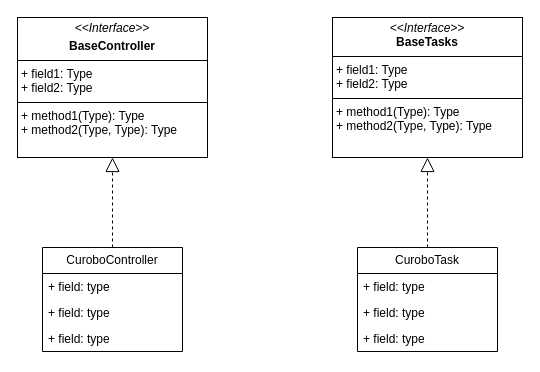
The draw.io diagram IsaacSimCurobo.drawio in theo-bloesch/xArm6_Pick_Place, before the edit. Source tidied: cells renumbered, new cells numbered last; positions are measured from the earlier drawing's top-left corner, leaving out a move shared by most shapes. Both pictures are drawn from the tidied source at 100%, with x=0, y=0 at pixel (17, 17).
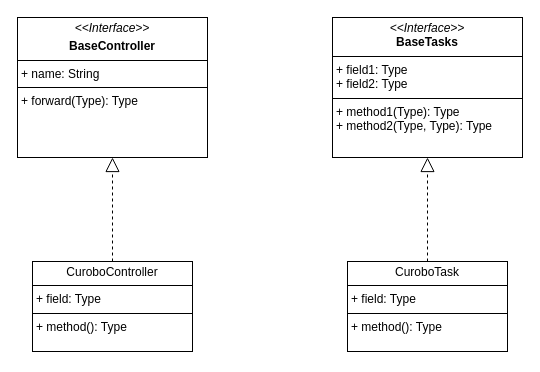
After the change.

Commit message (it also covers changes not shown here):
ajout example curobo

Diff of the diagram source:
```diff
@@
 <mxGraphModel>
   <root>
     <mxCell id="0" />
     <mxCell id="1" parent="0" />
-    <mxCell id="2" value="CuroboController" style="swimlane;fontStyle=0;horizontal=1;startSize=26;fillColor=none;whiteSpace=wrap;html=1;" parent="1" vertex="1">
-      <mxGeometry x="25" y="230" width="140" height="104" as="geometry" />
-    </mxCell>
-    <mxCell id="3" value="+ field: type" style="text;strokeColor=none;fillColor=none;align=left;verticalAlign=top;spacingLeft=4;spacingRight=4;overflow=hidden;whiteSpace=wrap;html=1;" parent="2" vertex="1">
-      <mxGeometry y="26" width="140" height="26" as="geometry" />
-    </mxCell>
-    <mxCell id="4" value="+ field: type" style="text;strokeColor=none;fillColor=none;align=left;verticalAlign=top;spacingLeft=4;spacingRight=4;overflow=hidden;whiteSpace=wrap;html=1;" parent="2" vertex="1">
-      <mxGeometry y="52" width="140" height="26" as="geometry" />
-    </mxCell>
-    <mxCell id="5" value="+ field: type" style="text;strokeColor=none;fillColor=none;align=left;verticalAlign=top;spacingLeft=4;spacingRight=4;overflow=hidden;whiteSpace=wrap;html=1;" parent="2" vertex="1">
-      <mxGeometry y="78" width="140" height="26" as="geometry" />
-    </mxCell>
-    <mxCell id="6" value="CuroboTask" style="swimlane;fontStyle=0;horizontal=1;startSize=26;fillColor=none;whiteSpace=wrap;html=1;" parent="1" vertex="1">
-      <mxGeometry x="340" y="230" width="140" height="104" as="geometry" />
-    </mxCell>
-    <mxCell id="7" value="+ field: type" style="text;strokeColor=none;fillColor=none;align=left;verticalAlign=top;spacingLeft=4;spacingRight=4;overflow=hidden;whiteSpace=wrap;html=1;" parent="6" vertex="1">
-      <mxGeometry y="26" width="140" height="26" as="geometry" />
-    </mxCell>
-    <mxCell id="8" value="+ field: type" style="text;strokeColor=none;fillColor=none;align=left;verticalAlign=top;spacingLeft=4;spacingRight=4;overflow=hidden;whiteSpace=wrap;html=1;" parent="6" vertex="1">
-      <mxGeometry y="52" width="140" height="26" as="geometry" />
-    </mxCell>
-    <mxCell id="9" value="+ field: type" style="text;strokeColor=none;fillColor=none;align=left;verticalAlign=top;spacingLeft=4;spacingRight=4;overflow=hidden;whiteSpace=wrap;html=1;" parent="6" vertex="1">
-      <mxGeometry y="78" width="140" height="26" as="geometry" />
-    </mxCell>
     <mxCell id="10" value="&lt;p style=&quot;margin:0px;margin-top:4px;text-align:center;&quot;&gt;&lt;i&gt;&amp;lt;&amp;lt;Interface&amp;gt;&amp;gt;&lt;/i&gt;&lt;br&gt;&lt;b&gt;BaseTasks&lt;/b&gt;&lt;br&gt;&lt;/p&gt;&lt;hr size=&quot;1&quot; style=&quot;border-style:solid;&quot;&gt;&lt;p style=&quot;margin:0px;margin-left:4px;&quot;&gt;+ field1: Type&lt;br&gt;+ field2: Type&lt;/p&gt;&lt;hr size=&quot;1&quot; style=&quot;border-style:solid;&quot;&gt;&lt;p style=&quot;margin:0px;margin-left:4px;&quot;&gt;+ method1(Type): Type&lt;br&gt;+ method2(Type, Type): Type&lt;/p&gt;" style="verticalAlign=top;align=left;overflow=fill;html=1;whiteSpace=wrap;" parent="1" vertex="1">
       <mxGeometry x="315" width="190" height="140" as="geometry" />
     </mxCell>
-    <mxCell id="11" value="&lt;p style=&quot;margin:0px;margin-top:4px;text-align:center;&quot;&gt;&lt;i&gt;&amp;lt;&amp;lt;Interface&amp;gt;&amp;gt;&lt;/i&gt;&lt;/p&gt;&lt;p style=&quot;margin:0px;margin-top:4px;text-align:center;&quot;&gt;&lt;b&gt;BaseController&lt;/b&gt;&lt;br&gt;&lt;/p&gt;&lt;hr size=&quot;1&quot; style=&quot;border-style:solid;&quot;&gt;&lt;p style=&quot;margin:0px;margin-left:4px;&quot;&gt;+ field1: Type&lt;br&gt;+ field2: Type&lt;/p&gt;&lt;hr size=&quot;1&quot; style=&quot;border-style:solid;&quot;&gt;&lt;p style=&quot;margin:0px;margin-left:4px;&quot;&gt;+ method1(Type): Type&lt;br&gt;+ method2(Type, Type): Type&lt;/p&gt;" style="verticalAlign=top;align=left;overflow=fill;html=1;whiteSpace=wrap;" parent="1" vertex="1">
+    <mxCell id="11" value="&lt;p style=&quot;margin:0px;margin-top:4px;text-align:center;&quot;&gt;&lt;i&gt;&amp;lt;&amp;lt;Interface&amp;gt;&amp;gt;&lt;/i&gt;&lt;/p&gt;&lt;p style=&quot;margin:0px;margin-top:4px;text-align:center;&quot;&gt;&lt;b&gt;BaseController&lt;/b&gt;&lt;br&gt;&lt;/p&gt;&lt;hr size=&quot;1&quot; style=&quot;border-style:solid;&quot;&gt;&lt;p style=&quot;margin:0px;margin-left:4px;&quot;&gt;+ name: String&lt;br&gt;&lt;/p&gt;&lt;hr size=&quot;1&quot; style=&quot;border-style:solid;&quot;&gt;&lt;p style=&quot;margin:0px;margin-left:4px;&quot;&gt;+ forward(Type): Type&lt;br&gt;&lt;br&gt;&lt;/p&gt;" style="verticalAlign=top;align=left;overflow=fill;html=1;whiteSpace=wrap;" parent="1" vertex="1">
       <mxGeometry width="190" height="140" as="geometry" />
     </mxCell>
-    <mxCell id="12" style="endArrow=block;dashed=1;endFill=0;endSize=12;html=1;rounded=0;entryX=0.5;entryY=1;entryDx=0;entryDy=0;exitX=0.5;exitY=0;exitDx=0;exitDy=0;" parent="1" edge="1" source="6" target="10">
+    <mxCell id="12" style="endArrow=block;dashed=1;endFill=0;endSize=12;html=1;rounded=0;entryX=0.5;entryY=1;entryDx=0;entryDy=0;exitX=0.5;exitY=0;exitDx=0;exitDy=0;" parent="1" edge="1" source="15" target="10">
       <mxGeometry relative="1" as="geometry" />
     </mxCell>
-    <mxCell id="13" style="endArrow=block;dashed=1;endFill=0;endSize=12;html=1;rounded=0;entryX=0.5;entryY=1;entryDx=0;entryDy=0;exitX=0.5;exitY=0;exitDx=0;exitDy=0;" parent="1" edge="1" source="2" target="11">
+    <mxCell id="13" style="endArrow=block;dashed=1;endFill=0;endSize=12;html=1;rounded=0;entryX=0.5;entryY=1;entryDx=0;entryDy=0;exitX=0.5;exitY=0;exitDx=0;exitDy=0;" parent="1" edge="1" source="14" target="11">
       <mxGeometry relative="1" as="geometry" />
     </mxCell>
+    <mxCell id="14" value="&lt;p style=&quot;margin:0px;margin-top:4px;text-align:center;&quot;&gt;CuroboController&lt;br&gt;&lt;/p&gt;&lt;hr size=&quot;1&quot; style=&quot;border-style:solid;&quot;&gt;&lt;p style=&quot;margin:0px;margin-left:4px;&quot;&gt;+ field: Type&lt;/p&gt;&lt;hr size=&quot;1&quot; style=&quot;border-style:solid;&quot;&gt;&lt;p style=&quot;margin:0px;margin-left:4px;&quot;&gt;+ method(): Type&lt;/p&gt;" style="verticalAlign=top;align=left;overflow=fill;html=1;whiteSpace=wrap;" parent="1" vertex="1">
+      <mxGeometry x="15" y="244" width="160" height="90" as="geometry" />
+    </mxCell>
+    <mxCell id="15" value="&lt;p style=&quot;margin:0px;margin-top:4px;text-align:center;&quot;&gt;CuroboTask&lt;br&gt;&lt;/p&gt;&lt;hr size=&quot;1&quot; style=&quot;border-style:solid;&quot;&gt;&lt;p style=&quot;margin:0px;margin-left:4px;&quot;&gt;+ field: Type&lt;/p&gt;&lt;hr size=&quot;1&quot; style=&quot;border-style:solid;&quot;&gt;&lt;p style=&quot;margin:0px;margin-left:4px;&quot;&gt;+ method(): Type&lt;/p&gt;" style="verticalAlign=top;align=left;overflow=fill;html=1;whiteSpace=wrap;" parent="1" vertex="1">
+      <mxGeometry x="330" y="244" width="160" height="90" as="geometry" />
+    </mxCell>
   </root>
 </mxGraphModel>
```
